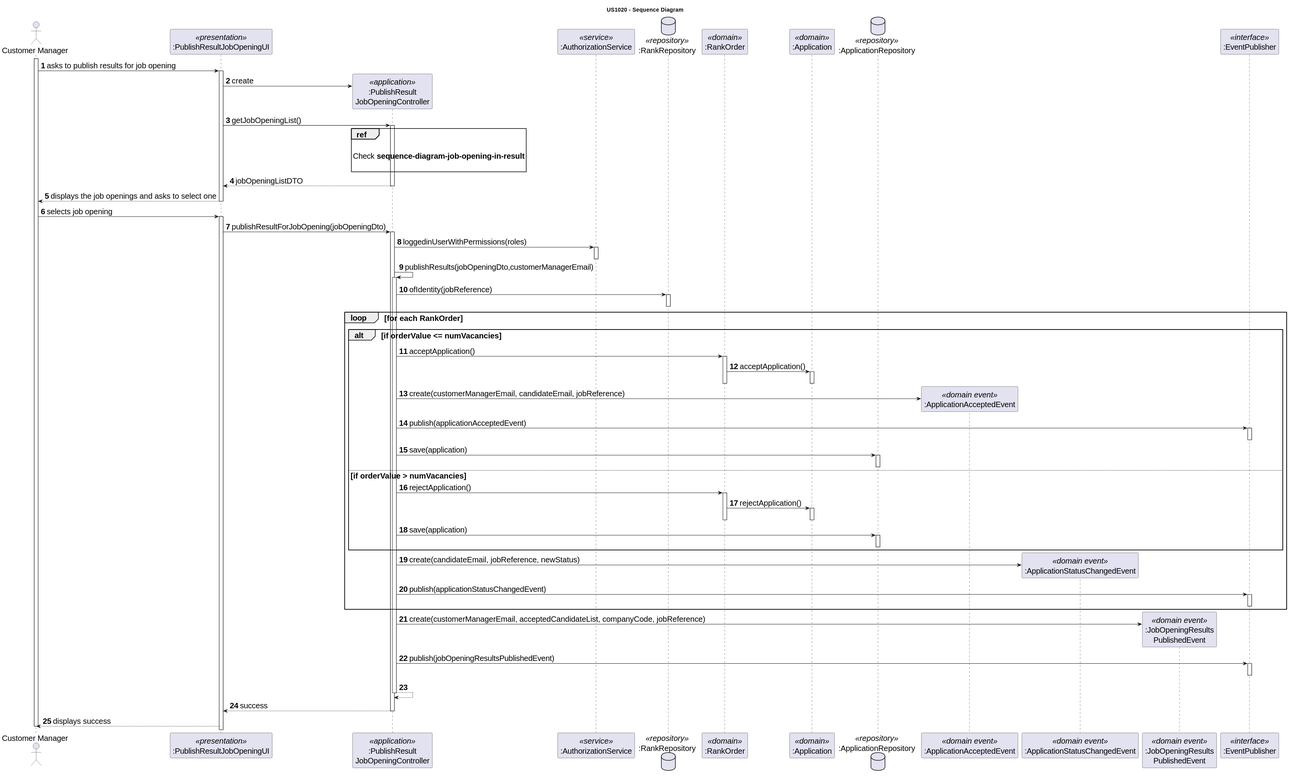
The PlantUML diagram docs/sprint-c/us_1020/design-diagrams/sequence-diagram.svg in rita-barbosa/LAPR4-2324, before a commit.
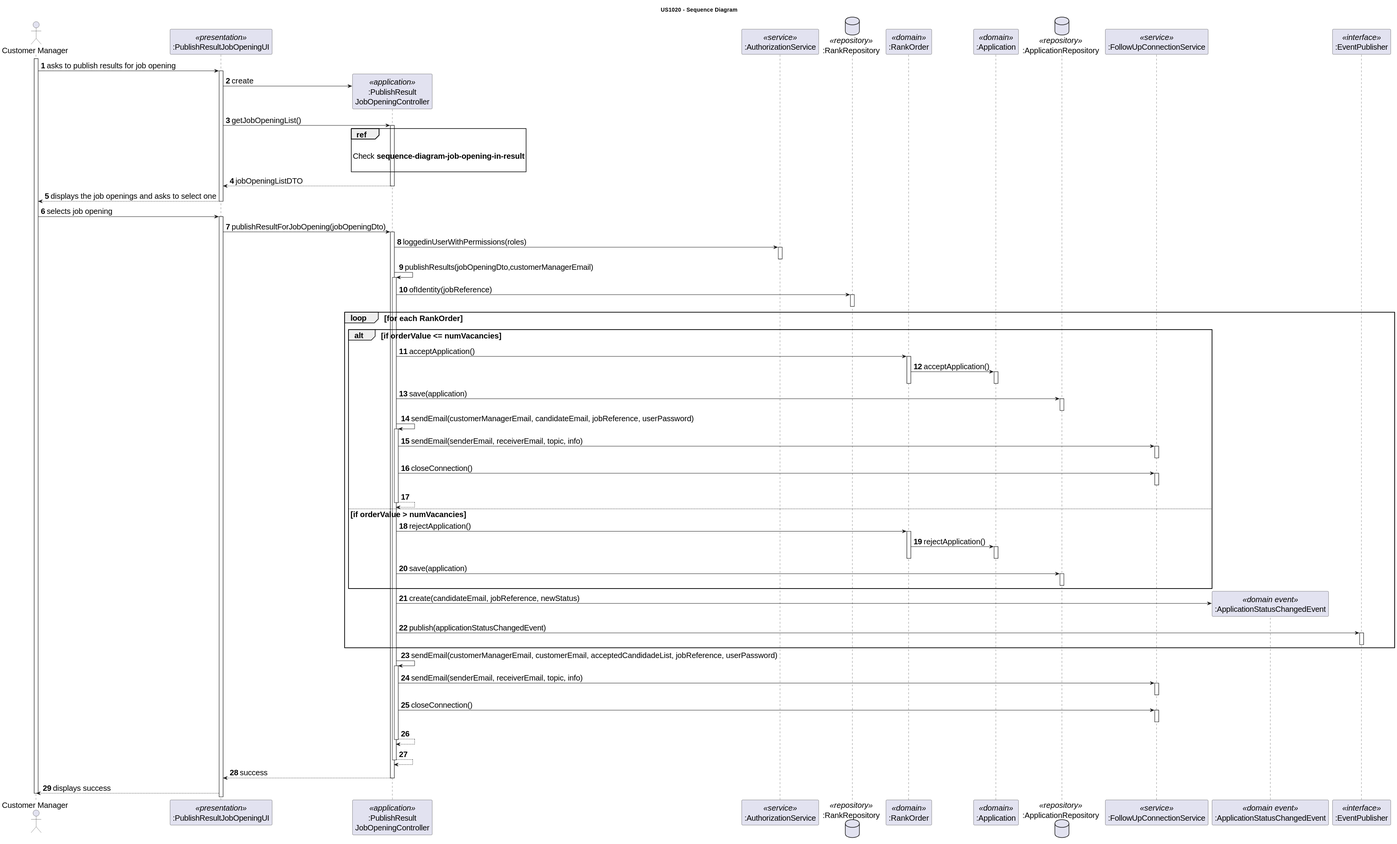
Above is the later version.

Diff of the diagram source:
```diff
@@ -13,9 +13,8 @@
 participant ":RankOrder" as R <<domain>>
 participant ":Application" as A <<domain>>
 database ":ApplicationRepository" as A_REPO <<repository>>
-participant ":ApplicationAcceptedEvent" as NAAE <<domain event>>
+participant ":FollowUpConnectionService" as FUCS <<service>>
 participant ":ApplicationStatusChangedEvent" as ASCE <<domain event>>
-participant ":JobOpeningResults\nPublishedEvent" as JORPE <<domain event>>
 participant ":EventPublisher" as EP <<interface>>
 
 
@@ -73,14 +72,24 @@
                     deactivate A
                     deactivate R
 
-                    CTRL -> NAAE**: create(customerManagerEmail, candidateEmail, jobReference)
-                    CTRL -> EP: publish(applicationAcceptedEvent)
-                    activate EP
-                    deactivate EP
-
                     CTRL -> A_REPO: save(application)
                     activate A_REPO
                     deactivate A_REPO
+
+                    CTRL -> CTRL:  sendEmail(customerManagerEmail, candidateEmail, jobReference, userPassword)
+                    activate CTRL
+
+                    CTRL -> FUCS: sendEmail(senderEmail, receiverEmail, topic, info)
+                    activate FUCS
+                    deactivate FUCS
+
+                    CTRL -> FUCS: closeConnection()
+                    activate FUCS
+                    deactivate FUCS
+
+                    CTRL --> CTRL:
+                    deactivate CTRL
+
                 else if orderValue > numVacancies
 
                     CTRL -> R : rejectApplication()
@@ -97,18 +106,26 @@
                 end alt
 
 
-
-               CTRL -> ASCE** : create(candidateEmail, jobReference, newStatus)
+                CTRL -> ASCE** : create(candidateEmail, jobReference, newStatus)
                 CTRL-> EP: publish(applicationStatusChangedEvent)
                 activate EP
                 deactivate EP
             end loop
 
+            CTRL -> CTRL:  sendEmail(customerManagerEmail, customerEmail, acceptedCandidadeList, jobReference, userPassword)
+            activate CTRL
 
-    CTRL-> JORPE**: create(customerManagerEmail, acceptedCandidateList, companyCode, jobReference)
-    CTRL -> EP: publish(jobOpeningResultsPublishedEvent)
-    activate EP
-    deactivate EP
+            CTRL -> FUCS: sendEmail(senderEmail, receiverEmail, topic, info)
+            activate FUCS
+            deactivate FUCS
+
+            CTRL -> FUCS: closeConnection()
+            activate FUCS
+            deactivate FUCS
+
+            CTRL --> CTRL:
+            deactivate CTRL
+
 
 
     CTRL --> CTRL:
```
